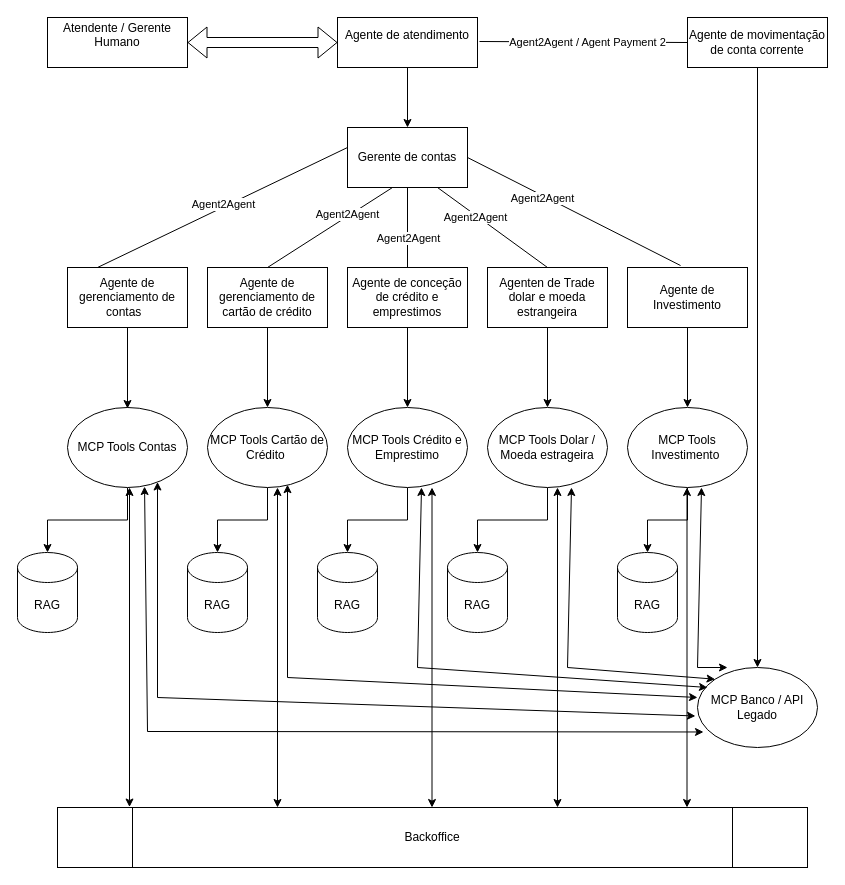
This is Diagrama de .drawio from oliverccf/Brand-Management-AI, a draw.io file, before an edit. Source tidied: cells renumbered, new cells numbered last; positions are measured from the earlier drawing's top-left corner, leaving out a move shared by most shapes. Both pictures are drawn from the tidied source at 100%, with x=0, y=0 at pixel (17, 17).
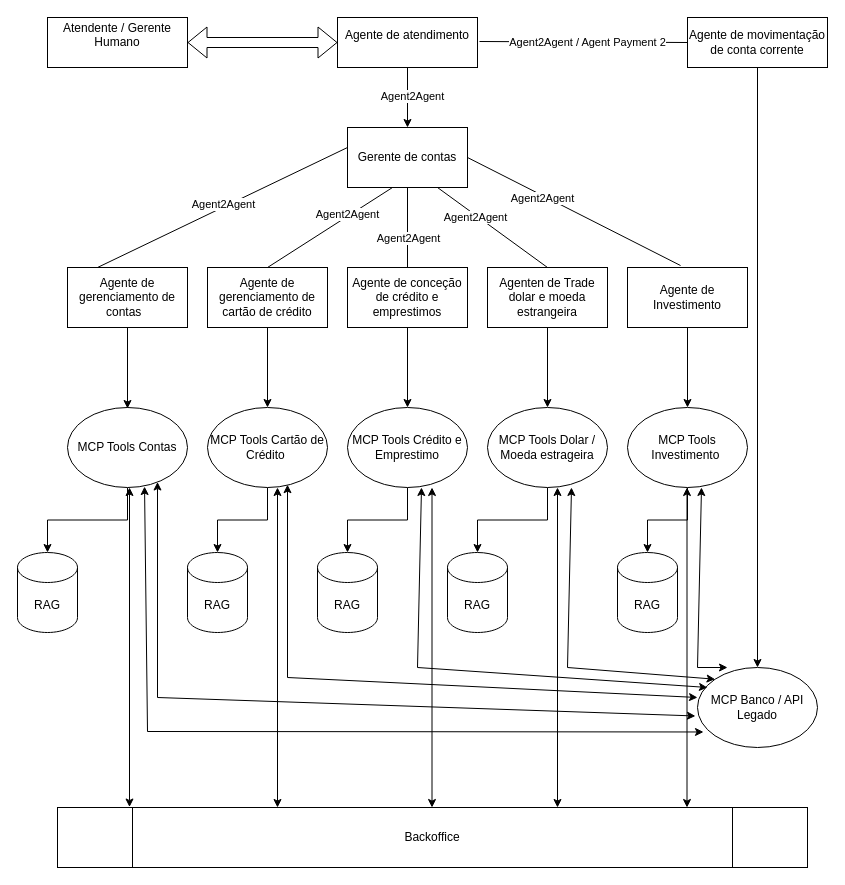
After the change.

The edit, as a diff of the source:
```diff
@@
+    <mxCell id="59" value="Agent2Agent" style="edgeLabel;html=1;align=center;verticalAlign=middle;" parent="1" vertex="1">
+      <mxGeometry x="330" y="80" as="geometry">
+        <mxPoint x="64" y="-2" as="offset" />
+      </mxGeometry>
+    </mxCell>
```
